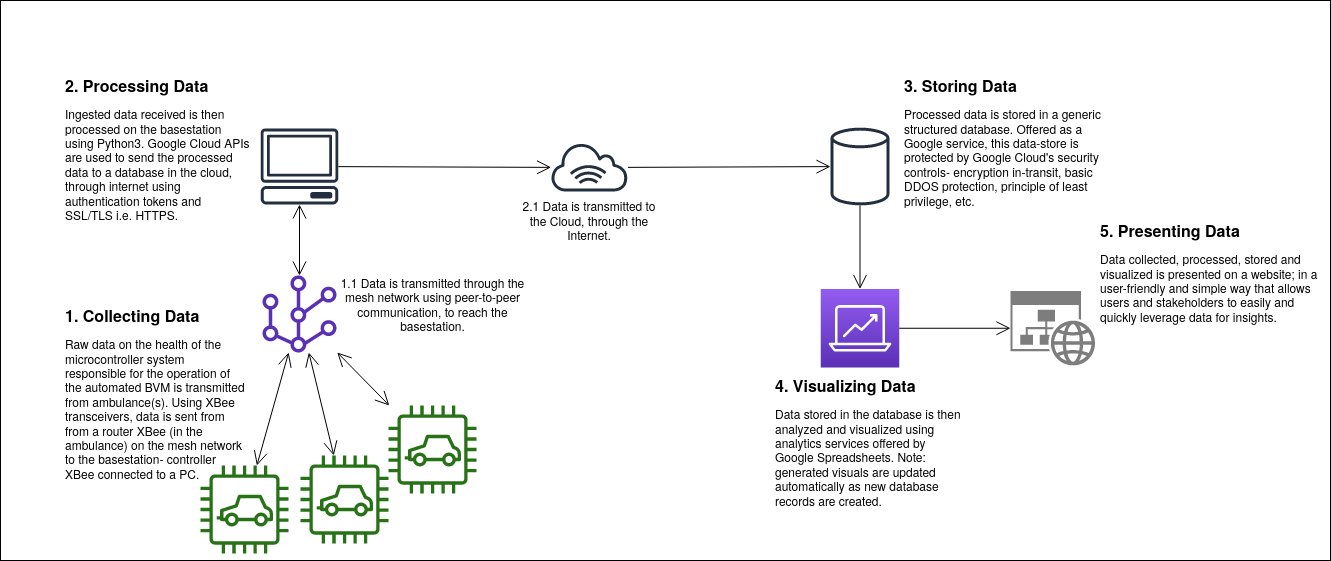
Above: docs/gate4-systemhealthreporting/gate4_syshealth_images/im1.png in yoniblum/ENG4000-Team-A-F (draw.io), before the change. Source tidied: cells renumbered, new cells last; positions are measured from the earlier drawing's top-left corner, leaving out a move shared by most shapes.
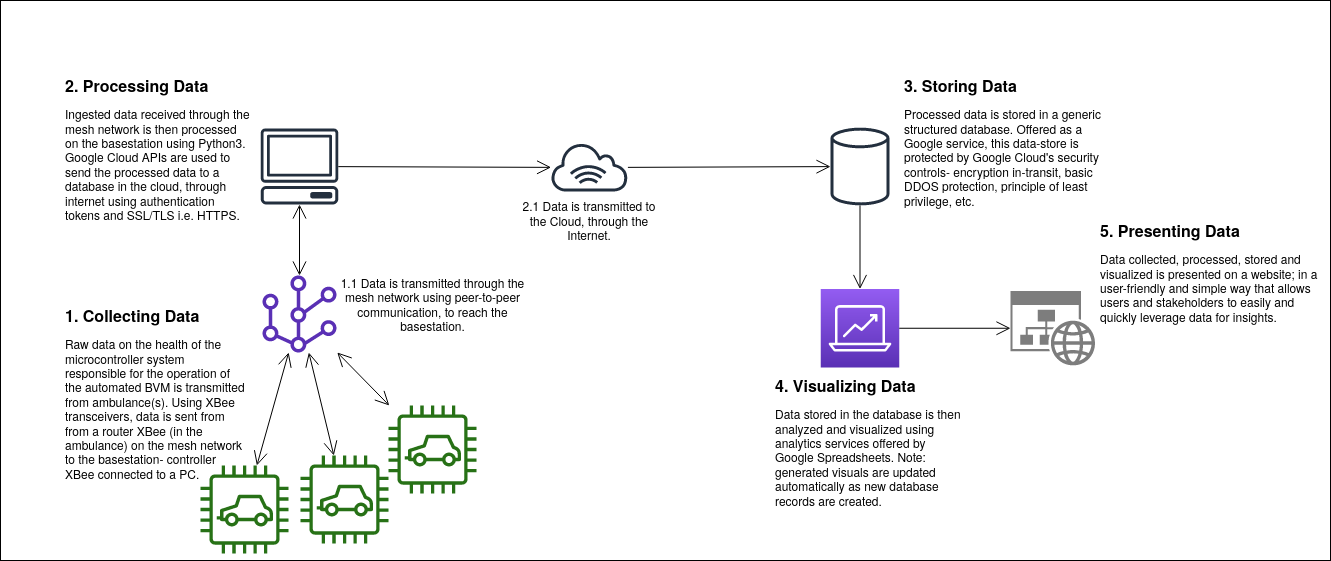
Above is the later version.

The edit, as a diff of the source:
```diff
@@ -29,7 +29,7 @@
     <mxCell id="10" value="&lt;h1 style=&quot;font-size: 16px&quot;&gt;1. Collecting Data&lt;br&gt;&lt;/h1&gt;&lt;p&gt;Raw data on the health of the microcontroller system responsible for the operation of the automated BVM is transmitted from ambulance(s). Using XBee transceivers, data is sent from from a router XBee (in the ambulance) on the mesh network to the basestation- controller XBee connected to a PC. &lt;br&gt;&lt;/p&gt;" style="text;html=1;strokeColor=none;fillColor=none;spacing=5;spacingTop=-20;whiteSpace=wrap;overflow=hidden;rounded=0;" parent="1" vertex="1">
       <mxGeometry x="60" y="305" width="190" height="214" as="geometry" />
     </mxCell>
-    <mxCell id="11" value="&lt;h1 style=&quot;font-size: 16px&quot;&gt;2. Processing Data&lt;br&gt;&lt;/h1&gt;&lt;p&gt;Ingested data received is then processed on the basestation using Python3. Google Cloud APIs are used to send the processed data to a database in the cloud, through internet using authentication tokens and SSL/TLS i.e. HTTPS.&lt;br&gt;&lt;/p&gt;" style="text;html=1;strokeColor=none;fillColor=none;spacing=5;spacingTop=-20;whiteSpace=wrap;overflow=hidden;rounded=0;" parent="1" vertex="1">
+    <mxCell id="11" value="&lt;h1 style=&quot;font-size: 16px&quot;&gt;2. Processing Data&lt;br&gt;&lt;/h1&gt;&lt;p&gt;Ingested data received through the mesh network is then processed on the basestation using Python3. Google Cloud APIs are used to send the processed data to a database in the cloud, through internet using authentication tokens and SSL/TLS i.e. HTTPS.&lt;br&gt;&lt;/p&gt;" style="text;html=1;strokeColor=none;fillColor=none;spacing=5;spacingTop=-20;whiteSpace=wrap;overflow=hidden;rounded=0;" parent="1" vertex="1">
       <mxGeometry x="60" y="75" width="194" height="150" as="geometry" />
     </mxCell>
     <mxCell id="12" value="&lt;h1 style=&quot;font-size: 16px&quot;&gt;3. Storing Data&lt;br&gt;&lt;/h1&gt;&lt;p&gt;Processed data is stored in a generic structured database. Offered as a Google service, this data-store is protected by Google Cloud's security controls- encryption in-transit, basic DDOS protection, principle of least privilege, etc.&lt;br&gt;&lt;/p&gt;" style="text;html=1;strokeColor=none;fillColor=none;spacing=5;spacingTop=-20;whiteSpace=wrap;overflow=hidden;rounded=0;" parent="1" vertex="1">
```
